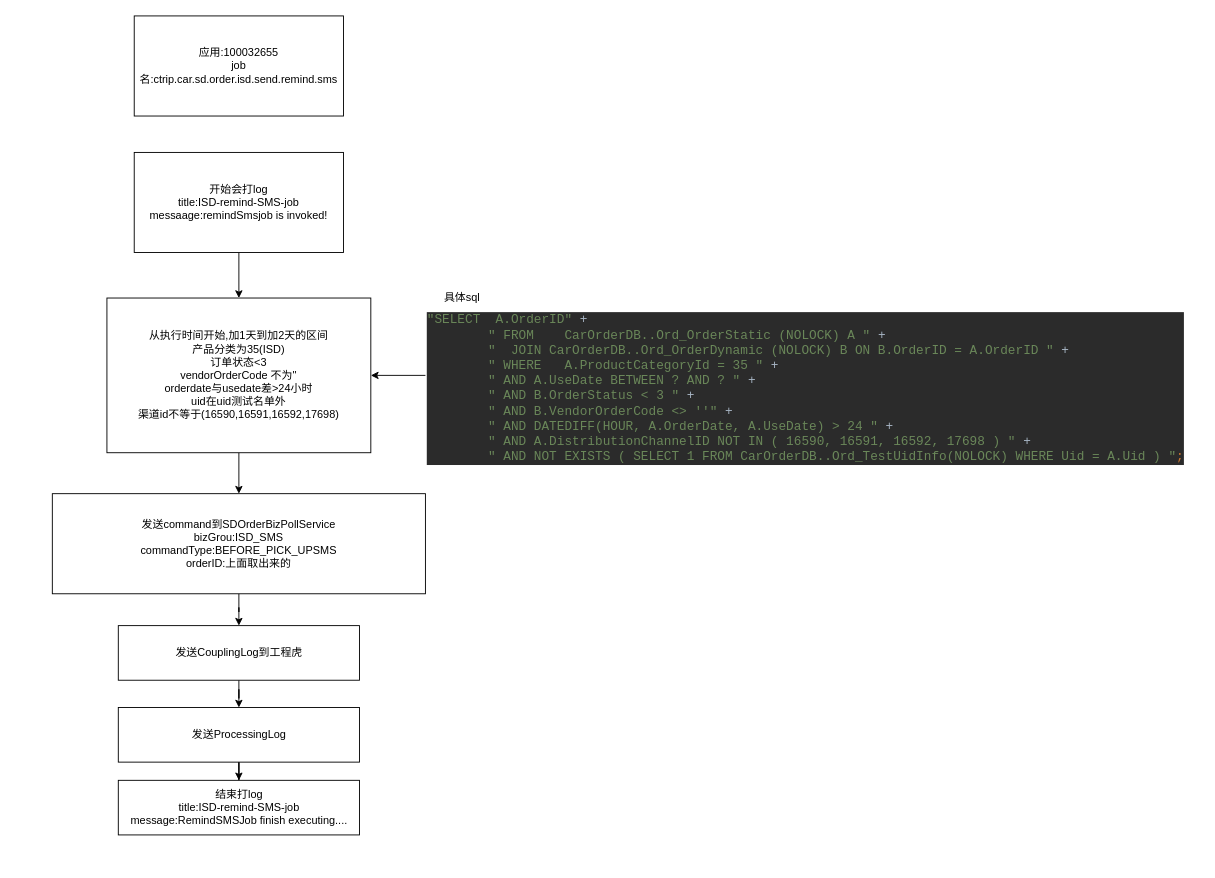
Earlier version of the draw.io diagram page "remindSMS" (6 of 6) of ctrip.drawio (Echidnaaa/draw). Source tidied: cells renumbered, new cells numbered last; positions are measured from the earlier drawing's top-left corner, leaving out a move shared by most shapes. Both pictures are drawn from the tidied source at 91%, with x=0, y=0 at pixel (52, 15).
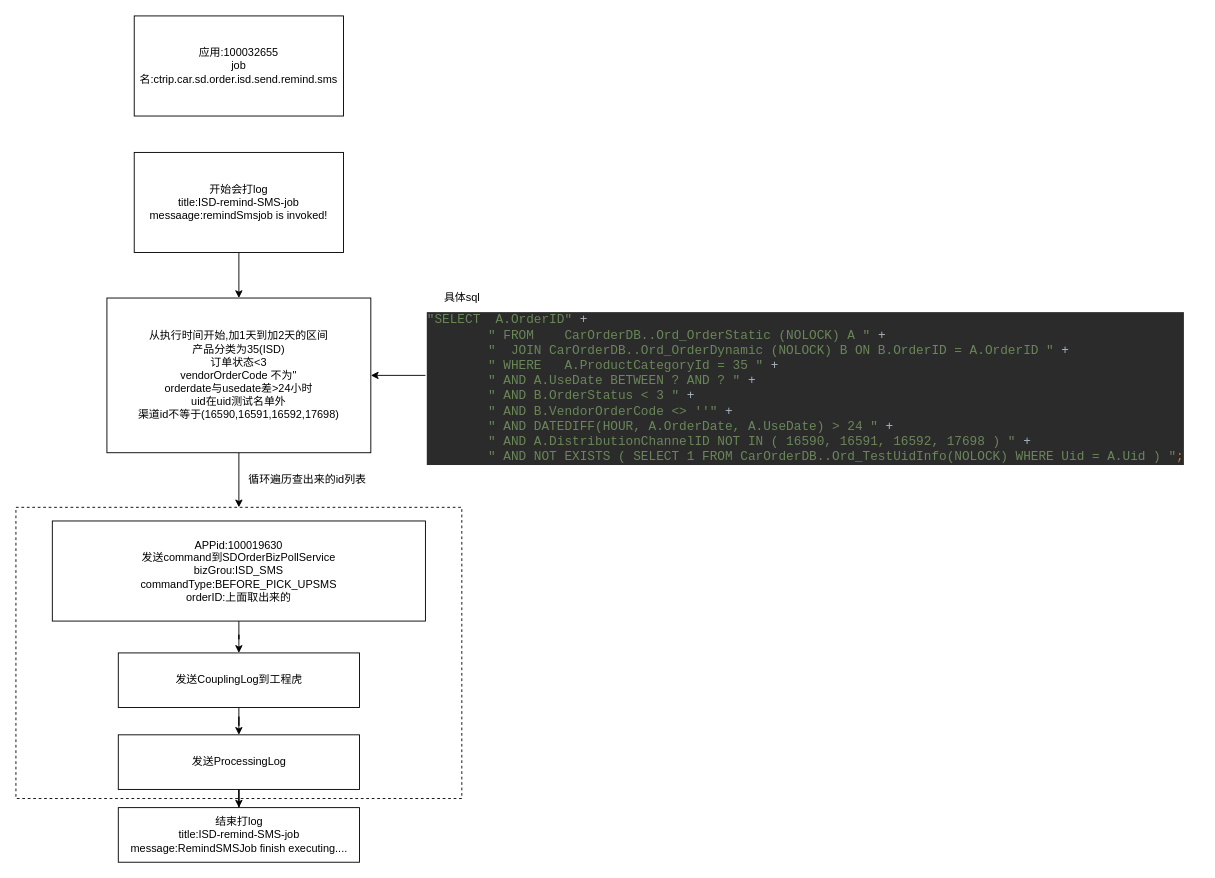
After the change.

Unchanged cells that the change refers to:
```xml
<mxCell id="6" value="从执行时间开始,加1天到加2天的区间&lt;br&gt;产品分类为35(ISD)&lt;br&gt;订单状态&amp;lt;3&lt;br&gt;vendorOrderCode 不为''&lt;br&gt;orderdate与usedate差&amp;gt;24小时&lt;br&gt;uid在uid测试名单外&lt;br&gt;渠道id不等于(16590,16591,16592,17698)" style="whiteSpace=wrap;html=1;" parent="1" vertex="1">
  <mxGeometry x="60" y="310" width="290" height="170" as="geometry" />
</mxCell>
```

What changed in the source:
```diff
@@
+    <mxCell id="17" style="rounded=0;whiteSpace=wrap;html=1;dashed=1;fillColor=none;" parent="1" vertex="1">
+      <mxGeometry x="-40" y="540" width="490" height="320" as="geometry" />
+    </mxCell>
@@
-    <mxCell id="5" style="edgeStyle=orthogonalEdgeStyle;rounded=0;jettySize=auto;html=1;entryX=0.5;entryY=0;entryDx=0;entryDy=0;" parent="1" edge="1" source="6" target="11">
-      <mxGeometry relative="1" as="geometry" />
+    <mxCell id="5" style="edgeStyle=orthogonalEdgeStyle;rounded=0;jettySize=auto;html=1;exitX=0.5;exitY=1;exitDx=0;exitDy=0;entryX=0.5;entryY=0;entryDx=0;entryDy=0;" parent="1" edge="1" source="6" target="17">
+      <mxGeometry relative="1" as="geometry">
+        <Array as="points">
+          <mxPoint x="205" y="540" />
+        </Array>
+      </mxGeometry>
     </mxCell>
@@
-    <mxCell id="11" value="发送command到SDOrderBizPollService&lt;br&gt;bizGrou:ISD_SMS&lt;br&gt;commandType:BEFORE_PICK_UPSMS&lt;br&gt;orderID:上面取出来的&lt;br&gt;" style="whiteSpace=wrap;html=1;" parent="1" vertex="1">
-      <mxGeometry y="525" width="410" height="110" as="geometry" />
+    <mxCell id="11" value="APPid:100019630&lt;br&gt;发送command到SDOrderBizPollService&lt;br&gt;bizGrou:ISD_SMS&lt;br&gt;commandType:BEFORE_PICK_UPSMS&lt;br&gt;orderID:上面取出来的" style="whiteSpace=wrap;html=1;" parent="1" vertex="1">
+      <mxGeometry y="555" width="410" height="110" as="geometry" />
     </mxCell>
@@
     <mxCell id="13" value="发送CouplingLog到工程虎&lt;br&gt;" style="whiteSpace=wrap;html=1;" parent="1" vertex="1">
-      <mxGeometry x="72.5" y="670" width="265" height="60" as="geometry" />
+      <mxGeometry x="72.5" y="700" width="265" height="60" as="geometry" />
     </mxCell>
@@
     <mxCell id="15" value="发送ProcessingLog" style="whiteSpace=wrap;html=1;" parent="1" vertex="1">
-      <mxGeometry x="72.5" y="760" width="265" height="60" as="geometry" />
+      <mxGeometry x="72.5" y="790" width="265" height="60" as="geometry" />
     </mxCell>
     <mxCell id="16" value="结束打log&lt;br&gt;title:ISD-remind-SMS-job&lt;br&gt;message:RemindSMSJob finish executing...." style="whiteSpace=wrap;html=1;" parent="1" vertex="1">
-      <mxGeometry x="72.5" y="840" width="265" height="60" as="geometry" />
+      <mxGeometry x="72.5" y="870" width="265" height="60" as="geometry" />
     </mxCell>
+    <mxCell id="18" value="循环遍历查出来的id列表" style="text;html=1;align=center;verticalAlign=middle;strokeColor=none;" parent="1" vertex="1">
+      <mxGeometry x="210" y="500" width="140" height="20" as="geometry" />
+    </mxCell>
```
